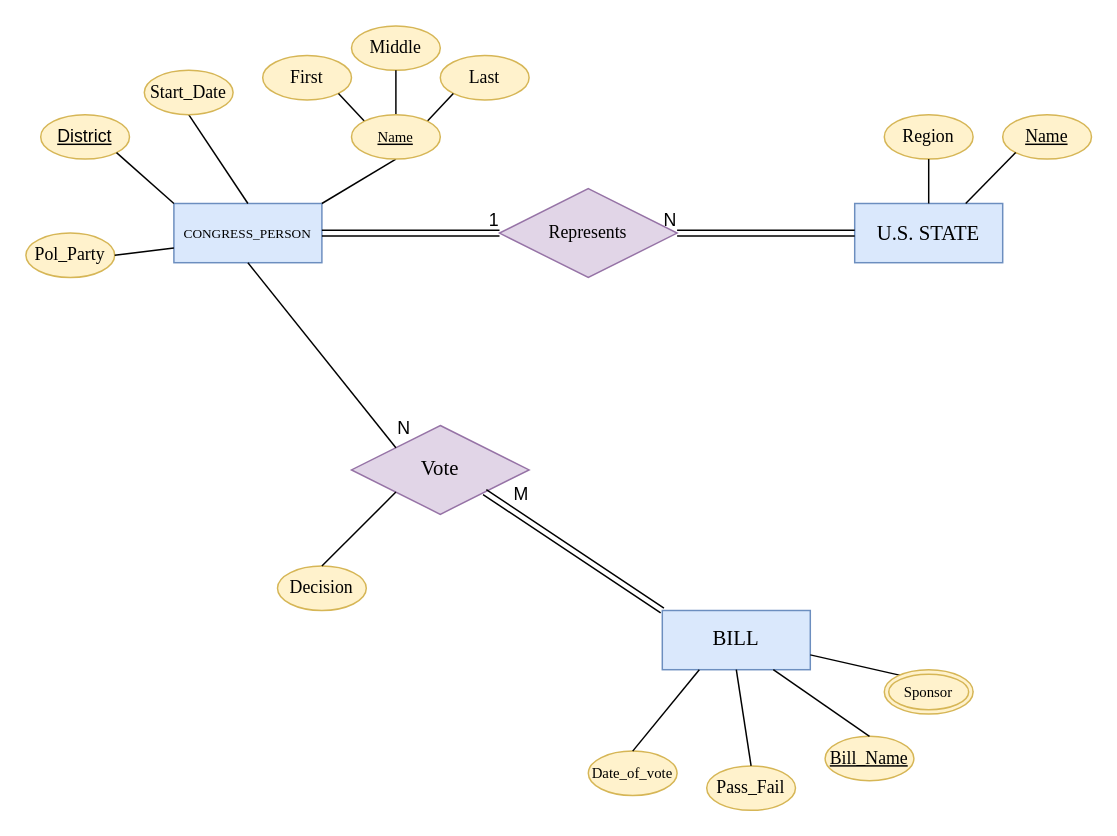
Before: US_HouseofReps_ER.drawio in cameron-ellis/US-HouseofReps-ER, a draw.io diagram. Source tidied: cells renumbered, new cells numbered last; positions are measured from the earlier drawing's top-left corner, leaving out a move shared by most shapes. Both pictures are drawn from the tidied source at 148%, with x=0, y=0 at pixel (25, 25).
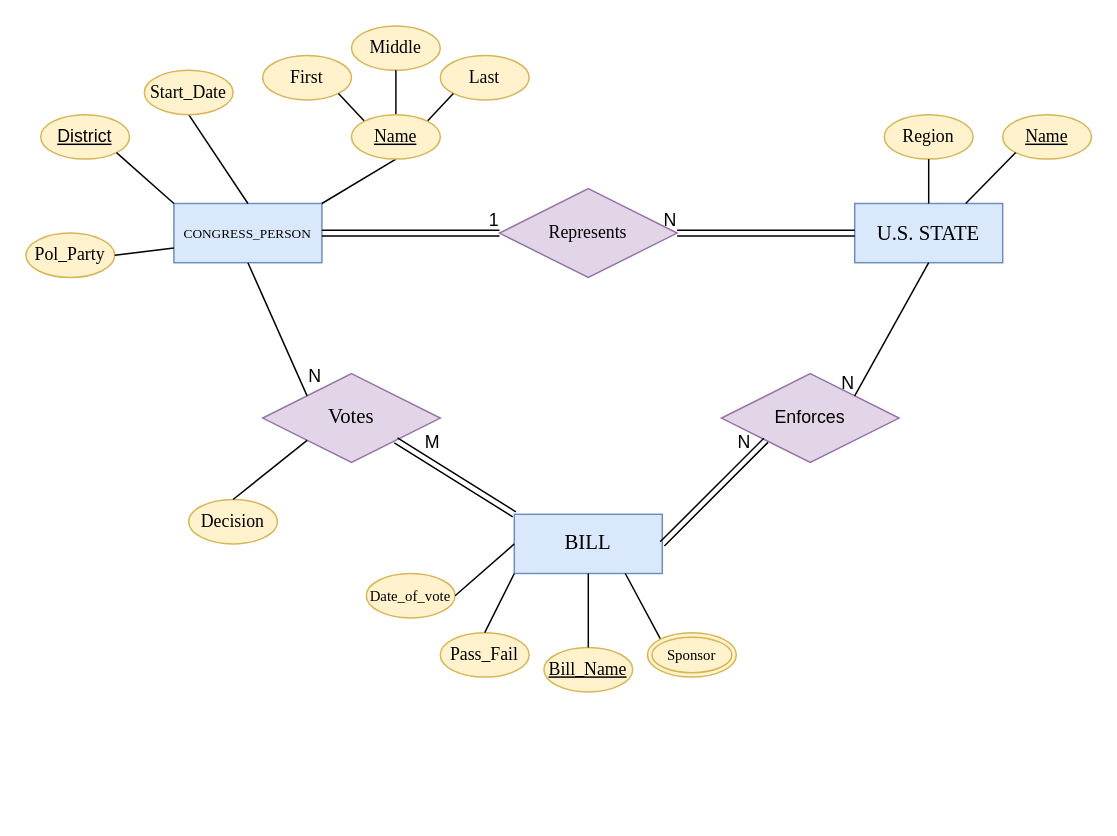
The same diagram, later.

Commit message:
added enforces relation

relationship between BILL and US STATES

The change refers to these unchanged cells:
```xml
<mxCell id="2" value="&lt;font face=&quot;Times New Roman&quot; style=&quot;font-size: 14px;&quot;&gt;U.S. STATE&lt;/font&gt;" style="whiteSpace=wrap;html=1;align=center;fillColor=#dae8fc;strokeColor=#6c8ebf;fontSize=14;" parent="1" vertex="1">
  <mxGeometry x="560" y="120" width="100" height="40" as="geometry" />
</mxCell>
```

What changed in the source:
```diff
@@
     <mxCell id="26" value="BILL" style="whiteSpace=wrap;html=1;align=center;fontFamily=Times New Roman;fontSize=14;fillColor=#dae8fc;strokeColor=#6c8ebf;" parent="1" vertex="1">
-      <mxGeometry x="430" y="395" width="100" height="40" as="geometry" />
+      <mxGeometry x="330" y="330" width="100" height="40" as="geometry" />
     </mxCell>
     <mxCell id="27" value="&lt;u&gt;Bill_Name&lt;/u&gt;" style="ellipse;whiteSpace=wrap;html=1;align=center;fontFamily=Times New Roman;fontSize=12;fillColor=#fff2cc;strokeColor=#d6b656;" parent="1" vertex="1">
-      <mxGeometry x="540" y="480" width="60" height="30" as="geometry" />
+      <mxGeometry x="350" y="420" width="60" height="30" as="geometry" />
     </mxCell>
     <mxCell id="28" value="Date_of_vote" style="ellipse;whiteSpace=wrap;html=1;align=center;fontFamily=Times New Roman;fontSize=10;fillColor=#fff2cc;strokeColor=#d6b656;" parent="1" vertex="1">
-      <mxGeometry x="380" y="490" width="60" height="30" as="geometry" />
+      <mxGeometry x="230" y="370" width="60" height="30" as="geometry" />
     </mxCell>
     <mxCell id="29" value="Pass_Fail" style="ellipse;whiteSpace=wrap;html=1;align=center;fontFamily=Times New Roman;fontSize=12;fillColor=#fff2cc;strokeColor=#d6b656;" parent="1" vertex="1">
-      <mxGeometry x="460" y="500" width="60" height="30" as="geometry" />
+      <mxGeometry x="280" y="410" width="60" height="30" as="geometry" />
     </mxCell>
-    <mxCell id="30" value="&lt;font style=&quot;font-size: 14px&quot;&gt;Vote&lt;/font&gt;" style="shape=rhombus;perimeter=rhombusPerimeter;whiteSpace=wrap;html=1;align=center;fontFamily=Times New Roman;fontSize=10;fillColor=#e1d5e7;strokeColor=#9673a6;" parent="1" vertex="1">
-      <mxGeometry x="220" y="270" width="120" height="60" as="geometry" />
+    <mxCell id="30" value="&lt;font style=&quot;font-size: 14px&quot;&gt;Votes&lt;/font&gt;" style="shape=rhombus;perimeter=rhombusPerimeter;whiteSpace=wrap;html=1;align=center;fontFamily=Times New Roman;fontSize=10;fillColor=#e1d5e7;strokeColor=#9673a6;" parent="1" vertex="1">
+      <mxGeometry x="160" y="235" width="120" height="60" as="geometry" />
     </mxCell>
-    <mxCell id="31" style="endArrow=none;html=1;rounded=0;fontFamily=Times New Roman;fontSize=10;exitX=0.5;exitY=0;exitDx=0;exitDy=0;entryX=0.5;entryY=1;entryDx=0;entryDy=0;" parent="1" edge="1" source="29" target="26">
+    <mxCell id="31" style="endArrow=none;html=1;rounded=0;fontFamily=Times New Roman;fontSize=10;exitX=0.5;exitY=0;exitDx=0;exitDy=0;entryX=0;entryY=1;entryDx=0;entryDy=0;" parent="1" edge="1" source="29" target="26">
       <mxGeometry relative="1" as="geometry" />
     </mxCell>
-    <mxCell id="32" style="endArrow=none;html=1;rounded=0;fontFamily=Times New Roman;fontSize=10;exitX=0.75;exitY=1;exitDx=0;exitDy=0;entryX=0.5;entryY=0;entryDx=0;entryDy=0;" parent="1" edge="1" source="26" target="27">
+    <mxCell id="32" style="endArrow=none;html=1;rounded=0;fontFamily=Times New Roman;fontSize=10;exitX=0.5;exitY=1;exitDx=0;exitDy=0;entryX=0.5;entryY=0;entryDx=0;entryDy=0;" parent="1" edge="1" source="26" target="27">
       <mxGeometry relative="1" as="geometry" />
     </mxCell>
-    <mxCell id="33" style="endArrow=none;html=1;rounded=0;fontFamily=Times New Roman;fontSize=10;entryX=1;entryY=0.75;entryDx=0;entryDy=0;exitX=1;exitY=0.5;exitDx=0;exitDy=0;" parent="1" edge="1" source="41" target="26">
+    <mxCell id="33" style="endArrow=none;html=1;rounded=0;fontFamily=Times New Roman;fontSize=10;entryX=0.75;entryY=1;entryDx=0;entryDy=0;exitX=0;exitY=0;exitDx=0;exitDy=0;" parent="1" edge="1" source="41" target="26">
       <mxGeometry relative="1" as="geometry" />
     </mxCell>
-    <mxCell id="34" style="endArrow=none;html=1;rounded=0;fontFamily=Times New Roman;fontSize=10;entryX=0.25;entryY=1;entryDx=0;entryDy=0;exitX=0.5;exitY=0;exitDx=0;exitDy=0;" parent="1" edge="1" source="28" target="26">
+    <mxCell id="34" style="endArrow=none;html=1;rounded=0;fontFamily=Times New Roman;fontSize=10;entryX=0;entryY=0.5;entryDx=0;entryDy=0;exitX=1;exitY=0.5;exitDx=0;exitDy=0;" parent="1" edge="1" source="28" target="26">
       <mxGeometry relative="1" as="geometry" />
     </mxCell>
     <mxCell id="35" value="Decision" style="ellipse;whiteSpace=wrap;html=1;align=center;fontFamily=Times New Roman;fontSize=12;fillColor=#fff2cc;strokeColor=#d6b656;" parent="1" vertex="1">
-      <mxGeometry x="170" y="365" width="60" height="30" as="geometry" />
+      <mxGeometry x="110" y="320" width="60" height="30" as="geometry" />
     </mxCell>
@@
     <mxCell id="41" value="Sponsor" style="ellipse;shape=doubleEllipse;margin=3;whiteSpace=wrap;html=1;align=center;fontFamily=Times New Roman;fontSize=10;fillColor=#fff2cc;strokeColor=#d6b656;" parent="1" vertex="1">
-      <mxGeometry x="580" y="435" width="60" height="30" as="geometry" />
+      <mxGeometry x="420" y="410" width="60" height="30" as="geometry" />
     </mxCell>
-    <mxCell id="42" value="Name" style="ellipse;whiteSpace=wrap;html=1;align=center;fontStyle=4;fontFamily=Times New Roman;fontSize=10;fillColor=#fff2cc;strokeColor=#d6b656;" parent="1" vertex="1">
+    <mxCell id="42" value="Name" style="ellipse;whiteSpace=wrap;html=1;align=center;fontStyle=4;fontFamily=Times New Roman;fontSize=12;fillColor=#fff2cc;strokeColor=#d6b656;" parent="1" vertex="1">
       <mxGeometry x="220" y="60" width="60" height="30" as="geometry" />
     </mxCell>
+    <mxCell id="43" value="Enforces" style="shape=rhombus;perimeter=rhombusPerimeter;whiteSpace=wrap;html=1;align=center;fontSize=12;fillColor=#e1d5e7;strokeColor=#9673a6;" parent="1" vertex="1">
+      <mxGeometry x="470" y="235" width="120" height="60" as="geometry" />
+    </mxCell>
+    <mxCell id="44" style="endArrow=none;html=1;rounded=0;fontSize=12;entryX=1;entryY=0;entryDx=0;entryDy=0;exitX=0.5;exitY=1;exitDx=0;exitDy=0;" parent="1" edge="1" source="2" target="43">
+      <mxGeometry relative="1" as="geometry" />
+    </mxCell>
+    <mxCell id="45" value="N" style="html=1;align=right;verticalAlign=bottom;" parent="44" vertex="1">
+      <mxGeometry x="1" relative="1" as="geometry" />
+    </mxCell>
+    <mxCell id="46" style="shape=link;html=1;rounded=0;fontSize=12;" parent="1" edge="1">
+      <mxGeometry relative="1" as="geometry">
+        <mxPoint x="430" y="350" as="sourcePoint" />
+        <mxPoint x="500" y="280" as="targetPoint" />
+      </mxGeometry>
+    </mxCell>
+    <mxCell id="47" value="N" style="html=1;align=right;verticalAlign=bottom;" parent="46" vertex="1">
+      <mxGeometry x="1" relative="1" as="geometry">
+        <mxPoint x="-10" y="10" as="offset" />
+      </mxGeometry>
+    </mxCell>
```
